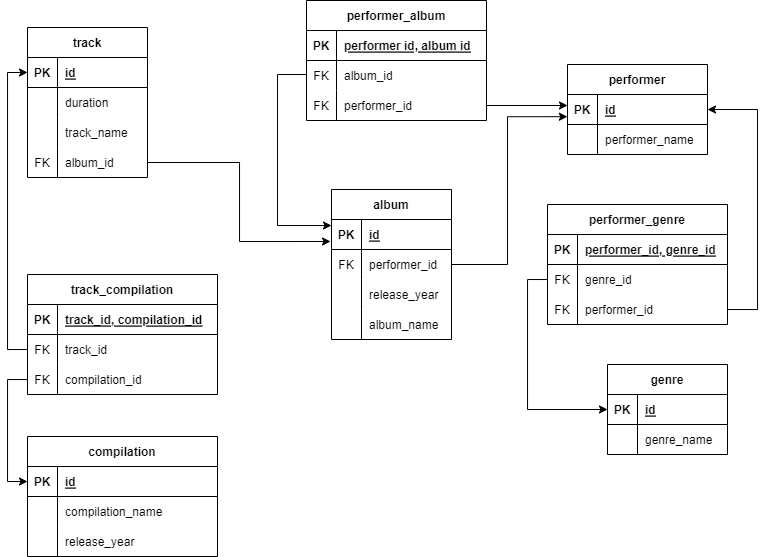
Above: Diagram_new.png in femarko/DB_hometasks (draw.io), before the change. Source tidied: cells renumbered, new cells last; positions are measured from the earlier drawing's top-left corner, leaving out a move shared by most shapes.
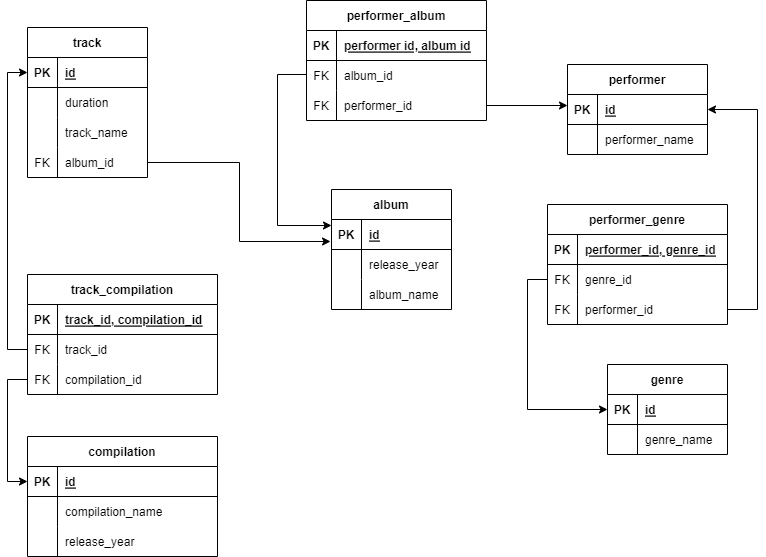
Above is the later version.

The edit, as a diff of the source:
```diff
@@ -24,7 +24,7 @@
       <mxGeometry x="30" width="110" height="30" as="geometry" />
     </mxCell>
     <mxCell id="9" value="album" style="shape=table;startSize=30;rowLines=0;fontStyle=1;align=center;" parent="1" vertex="1">
-      <mxGeometry x="304" y="189" width="120" height="150" as="geometry" />
+      <mxGeometry x="304" y="189" width="120" height="120" as="geometry" />
     </mxCell>
     <mxCell id="10" style="shape=tableRow;horizontal=0;startSize=0;swimlaneHead=0;swimlaneBody=0;fillColor=none;points=[[0,0.5],[1,0.5]];portConstraint=eastwest;top=0;left=0;right=0;bottom=1;" parent="9" vertex="1">
       <mxGeometry y="30" width="120" height="30" as="geometry" />
@@ -35,17 +35,8 @@
     <mxCell id="12" value="id" style="shape=partialRectangle;fillColor=none;top=0;left=0;bottom=0;right=0;align=left;spacingLeft=6;fontStyle=5;overflow=hidden;" parent="10" vertex="1">
       <mxGeometry x="30" width="90" height="30" as="geometry" />
     </mxCell>
-    <mxCell id="13" style="shape=tableRow;horizontal=0;startSize=0;swimlaneHead=0;swimlaneBody=0;fillColor=none;points=[[0,0.5],[1,0.5]];portConstraint=eastwest;top=0;left=0;right=0;bottom=0;" parent="9" vertex="1">
-      <mxGeometry y="60" width="120" height="30" as="geometry" />
-    </mxCell>
-    <mxCell id="14" value="FK" style="shape=partialRectangle;fillColor=none;top=0;left=0;bottom=0;right=0;overflow=hidden;" parent="13" vertex="1">
-      <mxGeometry width="30" height="30" as="geometry" />
-    </mxCell>
-    <mxCell id="15" value="performer_id" style="shape=partialRectangle;fillColor=none;top=0;left=0;bottom=0;right=0;align=left;spacingLeft=6;overflow=hidden;" parent="13" vertex="1">
-      <mxGeometry x="30" width="90" height="30" as="geometry" />
-    </mxCell>
     <mxCell id="16" style="shape=tableRow;horizontal=0;startSize=0;swimlaneHead=0;swimlaneBody=0;fillColor=none;top=0;left=0;right=0;bottom=0;" parent="9" vertex="1">
-      <mxGeometry y="90" width="120" height="30" as="geometry" />
+      <mxGeometry y="60" width="120" height="30" as="geometry" />
     </mxCell>
     <mxCell id="17" style="shape=partialRectangle;fillColor=none;top=0;left=0;bottom=0;right=0;overflow=hidden;" parent="16" vertex="1">
       <mxGeometry width="30" height="30" as="geometry" />
@@ -54,7 +45,7 @@
       <mxGeometry x="30" width="90" height="30" as="geometry" />
     </mxCell>
     <mxCell id="19" style="shape=tableRow;horizontal=0;startSize=0;swimlaneHead=0;swimlaneBody=0;fillColor=none;top=0;left=0;right=0;bottom=0;" parent="9" vertex="1">
-      <mxGeometry y="120" width="120" height="30" as="geometry" />
+      <mxGeometry y="90" width="120" height="30" as="geometry" />
     </mxCell>
     <mxCell id="20" style="shape=partialRectangle;fillColor=none;top=0;left=0;bottom=0;right=0;overflow=hidden;" parent="19" vertex="1">
       <mxGeometry width="30" height="30" as="geometry" />
@@ -280,13 +271,5 @@
         <mxPoint x="540" y="105" as="targetPoint" />
       </mxGeometry>
     </mxCell>
-    <mxCell id="89" style="edgeStyle=orthogonalEdgeStyle;rounded=0;jettySize=auto;html=1;entryX=-0.001;entryY=0.74;entryDx=0;entryDy=0;entryPerimeter=0;" parent="1" edge="1" source="13" target="3">
-      <mxGeometry relative="1" as="geometry">
-        <Array as="points">
-          <mxPoint x="480" y="264" />
-          <mxPoint x="480" y="116" />
-        </Array>
-      </mxGeometry>
-    </mxCell>
   </root>
 </mxGraphModel>
```
